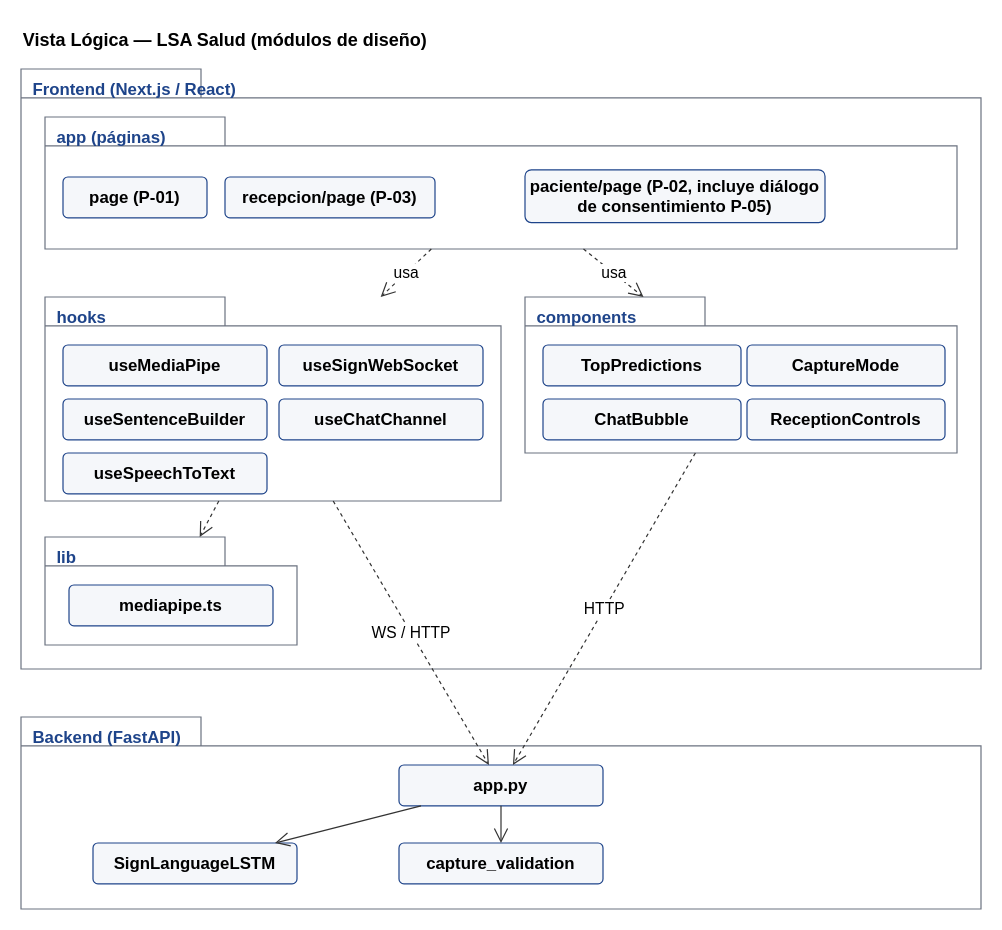
The draw.io diagram docs/diagramas/arquitectura/06_vista_logica.drawio in santinohamada/Nexora, before the edit. Source tidied: cells renumbered, new cells numbered last; positions are measured from the earlier drawing's top-left corner, leaving out a move shared by most shapes. Both pictures are drawn from the tidied source at 120%, with x=0, y=0 at pixel (20, 20).
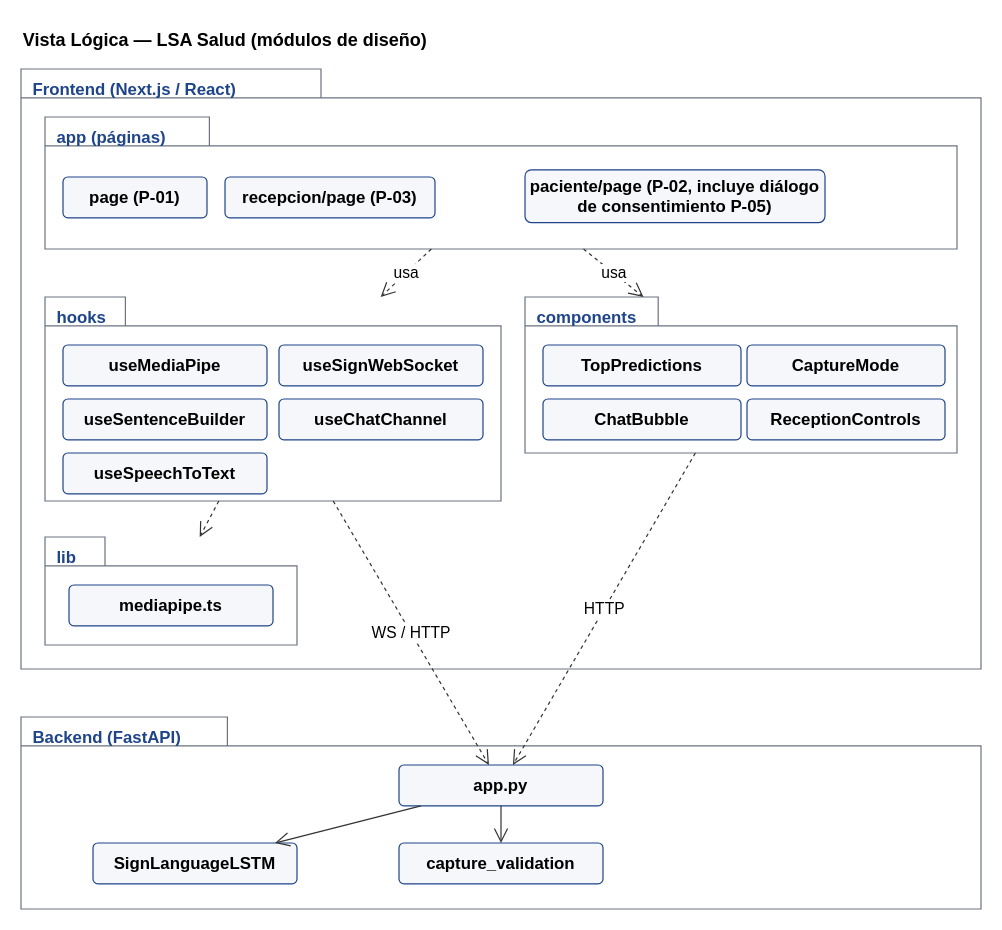
Above is the later version.

What changed in the source:
```diff
@@
-    <mxCell id="3" value="Frontend (Next.js / React)" style="shape=folder;tabWidth=150;tabHeight=24;tabPosition=left;html=1;whiteSpace=wrap;verticalAlign=top;align=left;spacingLeft=8;spacingTop=2;fontStyle=1;fontSize=14;fillColor=#FFFFFF;strokeColor=#6B7280;fontColor=#1E448A;fontFamily=Helvetica;" parent="1" vertex="1">
+    <mxCell id="3" value="Frontend (Next.js / React)" style="shape=folder;tabWidth=250;tabHeight=24;tabPosition=left;html=1;whiteSpace=wrap;verticalAlign=top;align=left;spacingLeft=8;spacingTop=2;fontStyle=1;fontSize=14;fillColor=#FFFFFF;strokeColor=#6B7280;fontColor=#1E448A;fontFamily=Helvetica;" parent="1" vertex="1">
       <mxGeometry y="40" width="800" height="500" as="geometry" />
     </mxCell>
-    <mxCell id="4" value="app (páginas)" style="shape=folder;tabWidth=150;tabHeight=24;tabPosition=left;html=1;whiteSpace=wrap;verticalAlign=top;align=left;spacingLeft=8;spacingTop=2;fontStyle=1;fontSize=14;fillColor=#FFFFFF;strokeColor=#6B7280;fontColor=#1E448A;fontFamily=Helvetica;" parent="1" vertex="1">
+    <mxCell id="4" value="app (páginas)" style="shape=folder;tabWidth=137;tabHeight=24;tabPosition=left;html=1;whiteSpace=wrap;verticalAlign=top;align=left;spacingLeft=8;spacingTop=2;fontStyle=1;fontSize=14;fillColor=#FFFFFF;strokeColor=#6B7280;fontColor=#1E448A;fontFamily=Helvetica;" parent="1" vertex="1">
       <mxGeometry x="20" y="80" width="760" height="110" as="geometry" />
     </mxCell>
-    <mxCell id="5" value="hooks" style="shape=folder;tabWidth=150;tabHeight=24;tabPosition=left;html=1;whiteSpace=wrap;verticalAlign=top;align=left;spacingLeft=8;spacingTop=2;fontStyle=1;fontSize=14;fillColor=#FFFFFF;strokeColor=#6B7280;fontColor=#1E448A;fontFamily=Helvetica;" parent="1" vertex="1">
+    <mxCell id="5" value="hooks" style="shape=folder;tabWidth=67;tabHeight=24;tabPosition=left;html=1;whiteSpace=wrap;verticalAlign=top;align=left;spacingLeft=8;spacingTop=2;fontStyle=1;fontSize=14;fillColor=#FFFFFF;strokeColor=#6B7280;fontColor=#1E448A;fontFamily=Helvetica;" parent="1" vertex="1">
       <mxGeometry x="20" y="230" width="380" height="170" as="geometry" />
     </mxCell>
-    <mxCell id="6" value="components" style="shape=folder;tabWidth=150;tabHeight=24;tabPosition=left;html=1;whiteSpace=wrap;verticalAlign=top;align=left;spacingLeft=8;spacingTop=2;fontStyle=1;fontSize=14;fillColor=#FFFFFF;strokeColor=#6B7280;fontColor=#1E448A;fontFamily=Helvetica;" parent="1" vertex="1">
+    <mxCell id="6" value="components" style="shape=folder;tabWidth=111;tabHeight=24;tabPosition=left;html=1;whiteSpace=wrap;verticalAlign=top;align=left;spacingLeft=8;spacingTop=2;fontStyle=1;fontSize=14;fillColor=#FFFFFF;strokeColor=#6B7280;fontColor=#1E448A;fontFamily=Helvetica;" parent="1" vertex="1">
       <mxGeometry x="420" y="230" width="360" height="130" as="geometry" />
     </mxCell>
-    <mxCell id="7" value="lib" style="shape=folder;tabWidth=150;tabHeight=24;tabPosition=left;html=1;whiteSpace=wrap;verticalAlign=top;align=left;spacingLeft=8;spacingTop=2;fontStyle=1;fontSize=14;fillColor=#FFFFFF;strokeColor=#6B7280;fontColor=#1E448A;fontFamily=Helvetica;" parent="1" vertex="1">
+    <mxCell id="7" value="lib" style="shape=folder;tabWidth=50;tabHeight=24;tabPosition=left;html=1;whiteSpace=wrap;verticalAlign=top;align=left;spacingLeft=8;spacingTop=2;fontStyle=1;fontSize=14;fillColor=#FFFFFF;strokeColor=#6B7280;fontColor=#1E448A;fontFamily=Helvetica;" parent="1" vertex="1">
       <mxGeometry x="20" y="430" width="210" height="90" as="geometry" />
     </mxCell>
-    <mxCell id="8" value="Backend (FastAPI)" style="shape=folder;tabWidth=150;tabHeight=24;tabPosition=left;html=1;whiteSpace=wrap;verticalAlign=top;align=left;spacingLeft=8;spacingTop=2;fontStyle=1;fontSize=14;fillColor=#FFFFFF;strokeColor=#6B7280;fontColor=#1E448A;fontFamily=Helvetica;" parent="1" vertex="1">
+    <mxCell id="8" value="Backend (FastAPI)" style="shape=folder;tabWidth=172;tabHeight=24;tabPosition=left;html=1;whiteSpace=wrap;verticalAlign=top;align=left;spacingLeft=8;spacingTop=2;fontStyle=1;fontSize=14;fillColor=#FFFFFF;strokeColor=#6B7280;fontColor=#1E448A;fontFamily=Helvetica;" parent="1" vertex="1">
       <mxGeometry y="580" width="800" height="160" as="geometry" />
     </mxCell>
```
